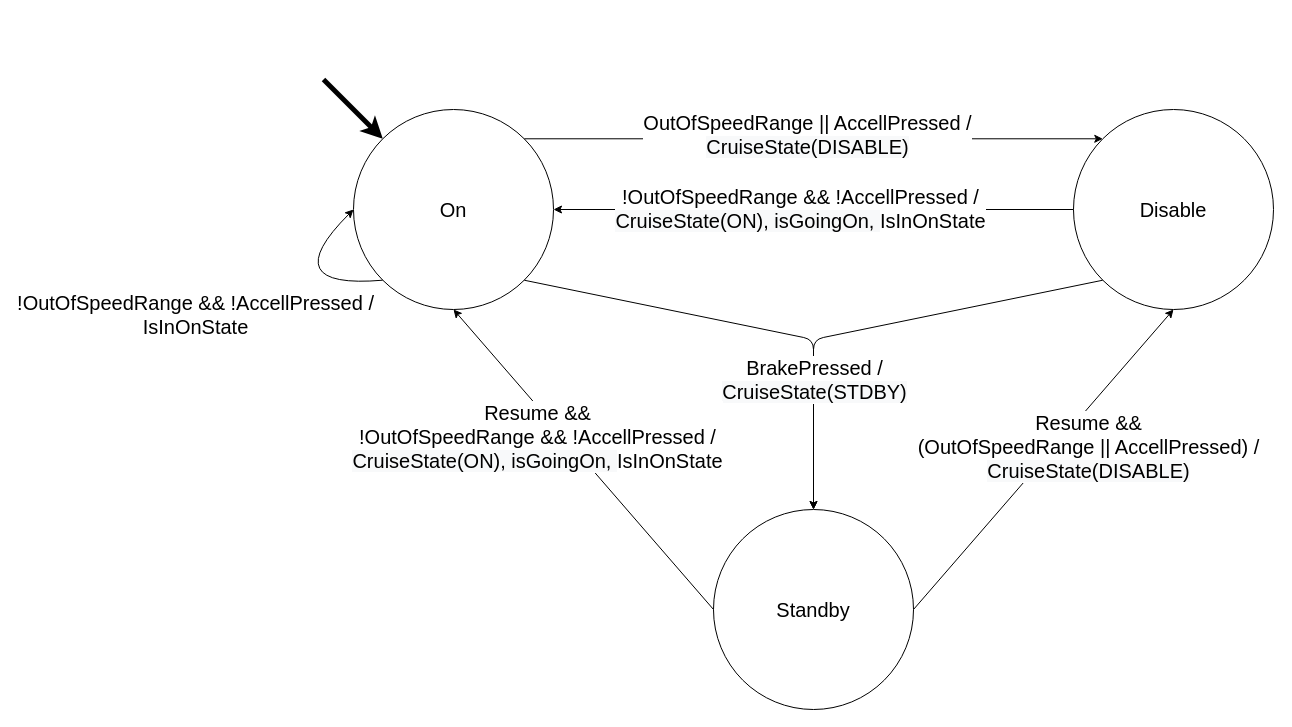
This is Diagrams/FSMs/Cruise_Control_Active_FSM.drawio from jacoballen4534/Cruise-Controller, a draw.io file, before an edit. Source tidied: cells renumbered, new cells numbered last; positions are measured from the earlier drawing's top-left corner, leaving out a move shared by most shapes. Both pictures are drawn from the tidied source at 100%, with x=0, y=0 at pixel (273, 79).
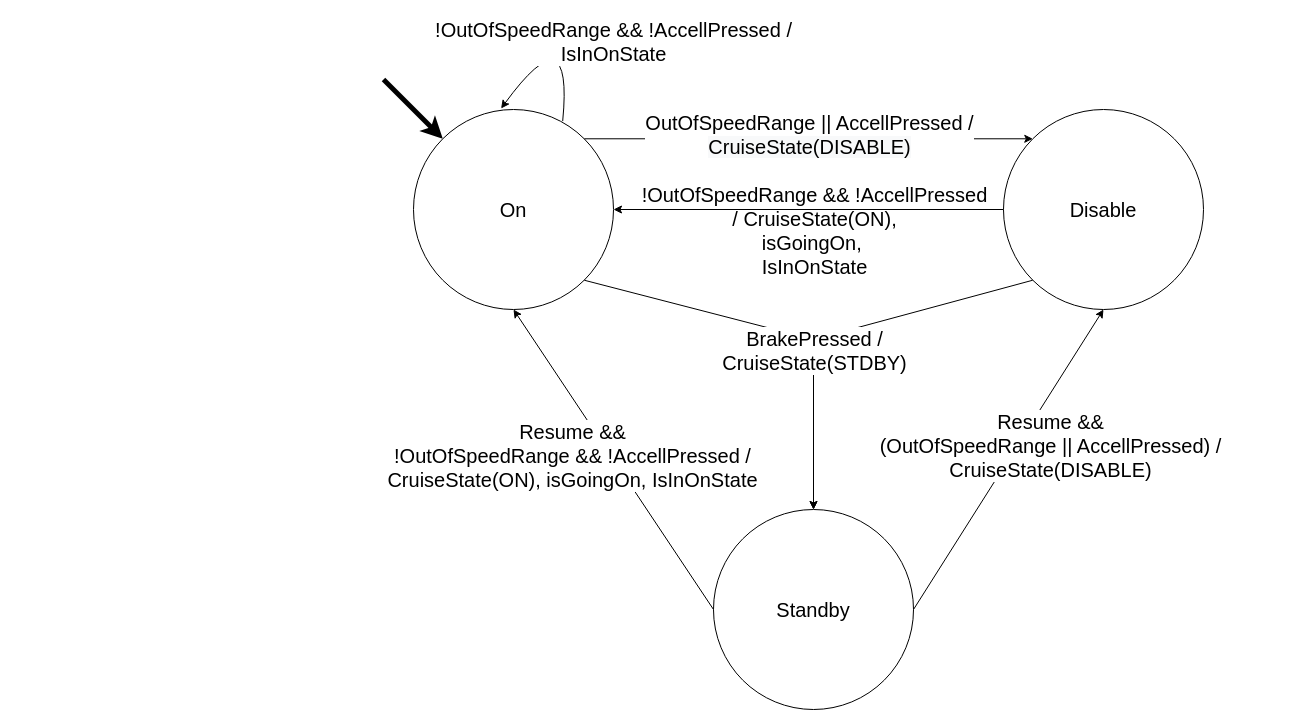
After the change.

The change refers to these unchanged cells:
```xml
<mxCell id="7" style="endArrow=classic;html=1;entryX=1;entryY=0.5;entryDx=0;entryDy=0;exitX=0;exitY=0.5;exitDx=0;exitDy=0;" parent="1" edge="1" source="3" target="2">
  <mxGeometry relative="1" as="geometry" />
</mxCell>
<mxCell id="10" style="endArrow=classic;html=1;exitX=1;exitY=1;exitDx=0;exitDy=0;entryX=0.5;entryY=0;entryDx=0;entryDy=0;" parent="1" edge="1" source="2" target="4">
  <mxGeometry relative="1" as="geometry">
    <Array as="points">
      <mxPoint x="540" y="260" />
    </Array>
  </mxGeometry>
</mxCell>
<mxCell id="12" style="endArrow=classic;html=1;exitX=0;exitY=0.5;exitDx=0;exitDy=0;entryX=0.5;entryY=1;entryDx=0;entryDy=0;" parent="1" edge="1" source="4" target="2">
  <mxGeometry relative="1" as="geometry" />
</mxCell>
<mxCell id="14" style="endArrow=classic;html=1;entryX=0.5;entryY=1;entryDx=0;entryDy=0;exitX=1;exitY=0.5;exitDx=0;exitDy=0;" parent="1" edge="1" source="4" target="3">
  <mxGeometry relative="1" as="geometry" />
</mxCell>
```

Change to the diagram source:
```diff
@@
     <mxCell id="2" value="&lt;font style=&quot;font-size: 20px&quot;&gt;On&lt;/font&gt;" style="ellipse;whiteSpace=wrap;html=1;" parent="1" vertex="1">
-      <mxGeometry x="80" y="30" width="200" height="200" as="geometry" />
+      <mxGeometry x="140" y="30" width="200" height="200" as="geometry" />
     </mxCell>
     <mxCell id="3" value="&lt;font style=&quot;font-size: 20px&quot;&gt;Disable&lt;br&gt;&lt;/font&gt;" style="ellipse;whiteSpace=wrap;html=1;" parent="1" vertex="1">
-      <mxGeometry x="800" y="30" width="200" height="200" as="geometry" />
+      <mxGeometry x="730" y="30" width="200" height="200" as="geometry" />
     </mxCell>
@@
-    <mxCell id="8" value="&lt;font style=&quot;font-size: 20px&quot;&gt;&lt;font style=&quot;font-size: 20px&quot;&gt;!OutOfSpeedRange&amp;nbsp;&amp;amp;&amp;amp; !AccellPressed /&lt;br&gt;&lt;/font&gt;&lt;span style=&quot;background-color: rgb(248 , 249 , 250)&quot;&gt;CruiseState(ON), isGoingOn,&amp;nbsp;&lt;/span&gt;IsInOnState&lt;br&gt;&lt;/font&gt;" style="edgeLabel;html=1;align=center;verticalAlign=middle;fontSize=20;" parent="7" vertex="1">
+    <mxCell id="8" value="&lt;font style=&quot;font-size: 20px&quot;&gt;&lt;font style=&quot;font-size: 20px&quot;&gt;!OutOfSpeedRange&amp;nbsp;&amp;amp;&amp;amp; !AccellPressed&lt;br&gt;/&amp;nbsp;&lt;/font&gt;&lt;span&gt;CruiseState(ON), &lt;br&gt;isGoingOn,&amp;nbsp;&lt;br&gt;&lt;/span&gt;IsInOnState&lt;br&gt;&lt;/font&gt;" style="edgeLabel;html=1;align=center;verticalAlign=middle;fontSize=20;labelBackgroundColor=none;" parent="7" vertex="1">
       <mxGeometry x="0.28" y="-2" relative="1" as="geometry">
-        <mxPoint x="59" as="offset" />
+        <mxPoint x="60" y="22" as="offset" />
       </mxGeometry>
     </mxCell>
@@
-    <mxCell id="11" value="&lt;span style=&quot;font-size: 20px&quot;&gt;BrakePressed /&lt;/span&gt;&lt;br style=&quot;font-size: 20px&quot;&gt;&lt;span style=&quot;font-size: 20px ; background-color: rgb(248 , 249 , 250)&quot;&gt;CruiseState(STDBY)&lt;/span&gt;" style="edgeLabel;html=1;align=center;verticalAlign=middle;" parent="10" vertex="1">
+    <mxCell id="11" value="&lt;span style=&quot;font-size: 20px&quot;&gt;BrakePressed /&lt;/span&gt;&lt;br style=&quot;font-size: 20px&quot;&gt;&lt;span style=&quot;font-size: 20px;&quot;&gt;CruiseState(STDBY)&lt;/span&gt;" style="edgeLabel;html=1;align=center;verticalAlign=middle;labelBackgroundColor=#ffffff;" parent="10" vertex="1">
       <mxGeometry x="0.7" y="3" relative="1" as="geometry">
-        <mxPoint x="-3" y="-61.4" as="offset" />
+        <mxPoint x="-3" y="-98.9" as="offset" />
       </mxGeometry>
     </mxCell>
@@
-    <mxCell id="13" value="&lt;font style=&quot;font-size: 20px&quot;&gt;Resume &amp;amp;&amp;amp;&lt;br&gt;!OutOfSpeedRange&amp;nbsp;&amp;amp;&amp;amp; !AccellPressed /&lt;br&gt;&lt;span style=&quot;background-color: rgb(248 , 249 , 250)&quot;&gt;CruiseState(ON), isGoingOn,&amp;nbsp;&lt;/span&gt;IsInOnState&lt;br&gt;&lt;/font&gt;" style="edgeLabel;html=1;align=center;verticalAlign=middle;" parent="12" vertex="1">
+    <mxCell id="13" value="&lt;font style=&quot;font-size: 20px&quot;&gt;Resume &amp;amp;&amp;amp;&lt;br&gt;!OutOfSpeedRange&amp;nbsp;&amp;amp;&amp;amp; !AccellPressed /&lt;br&gt;&lt;span style=&quot;&quot;&gt;CruiseState(ON), isGoingOn,&amp;nbsp;&lt;/span&gt;IsInOnState&lt;br&gt;&lt;/font&gt;" style="edgeLabel;html=1;align=center;verticalAlign=middle;labelBackgroundColor=#ffffff;" parent="12" vertex="1">
       <mxGeometry x="0.15" y="-2" relative="1" as="geometry">
-        <mxPoint x="-28.2" as="offset" />
+        <mxPoint x="-28.2" y="18.5" as="offset" />
       </mxGeometry>
     </mxCell>
@@
-    <mxCell id="15" value="&lt;font style=&quot;font-size: 20px&quot;&gt;Resume &amp;amp;&amp;amp;&lt;br&gt;(OutOfSpeedRange&amp;nbsp;|| AccellPressed) /&lt;br&gt;&lt;span style=&quot;background-color: rgb(248 , 249 , 250)&quot;&gt;CruiseState(DISABLE)&lt;/span&gt;&lt;br&gt;&lt;/font&gt;" style="edgeLabel;html=1;align=center;verticalAlign=middle;" parent="14" vertex="1">
+    <mxCell id="15" value="&lt;font style=&quot;font-size: 20px&quot;&gt;Resume &amp;amp;&amp;amp;&lt;br&gt;(OutOfSpeedRange&amp;nbsp;|| AccellPressed) /&lt;br&gt;&lt;span style=&quot;&quot;&gt;CruiseState(DISABLE)&lt;/span&gt;&lt;br&gt;&lt;/font&gt;" style="edgeLabel;html=1;align=center;verticalAlign=middle;labelBackgroundColor=#ffffff;" parent="14" vertex="1">
       <mxGeometry x="0.12" y="-6" relative="1" as="geometry">
         <mxPoint x="24.5" as="offset" />
       </mxGeometry>
     </mxCell>
     <mxCell id="16" style="endArrow=classic;html=1;entryX=0;entryY=0;entryDx=0;entryDy=0;strokeWidth=5;" parent="1" edge="1" target="2">
       <mxGeometry relative="1" as="geometry">
-        <mxPoint x="50" as="sourcePoint" />
+        <mxPoint x="110" as="sourcePoint" />
       </mxGeometry>
     </mxCell>
-    <mxCell id="17" style="curved=1;endArrow=classic;html=1;exitX=0;exitY=1;exitDx=0;exitDy=0;entryX=0;entryY=0.5;entryDx=0;entryDy=0;" parent="1" edge="1" source="2" target="2">
+    <mxCell id="17" style="curved=1;endArrow=classic;html=1;exitX=0.746;exitY=0.058;exitDx=0;exitDy=0;entryX=0.438;entryY=-0.005;entryDx=0;entryDy=0;exitPerimeter=0;entryPerimeter=0;" parent="1" edge="1" source="2" target="2">
       <mxGeometry relative="1" as="geometry">
         <Array as="points">
-          <mxPoint y="210" />
+          <mxPoint x="300" y="-70" />
         </Array>
       </mxGeometry>
     </mxCell>
     <mxCell id="18" value="&lt;span style=&quot;font-size: 20px&quot;&gt;!OutOfSpeedRange&amp;nbsp;&amp;amp;&amp;amp; !AccellPressed /&lt;br&gt;IsInOnState&lt;/span&gt;" style="edgeLabel;html=1;align=center;verticalAlign=middle;" parent="17" vertex="1">
       <mxGeometry x="-0.46" y="-22" relative="1" as="geometry">
-        <mxPoint x="-126.5" y="50.6" as="offset" />
+        <mxPoint x="22.7" y="-19.8" as="offset" />
       </mxGeometry>
     </mxCell>
```
